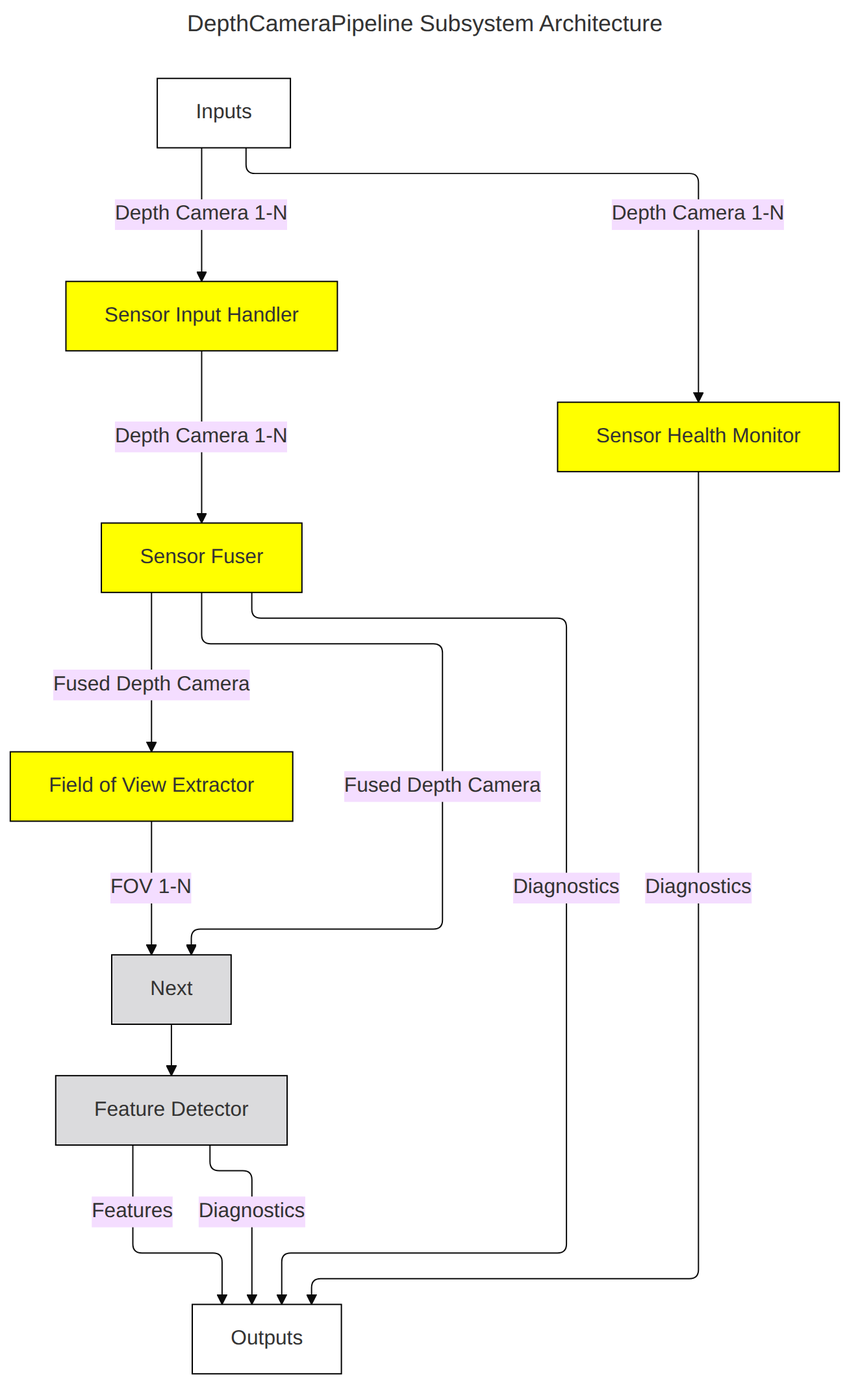
Before: Systems/Perception/Subsystems/DepthCameraPipeline/doc/mermaid/DepthCameraPipelineSubsystemArchitecture.png, a diagram exported from Mermaid (fastrobotics/robot_framework). Its source is kept beside it as Systems/Perception/Subsystems/DepthCameraPipeline/doc/mermaid/DepthCameraPipelineSubsystemArchitecture.mmd.
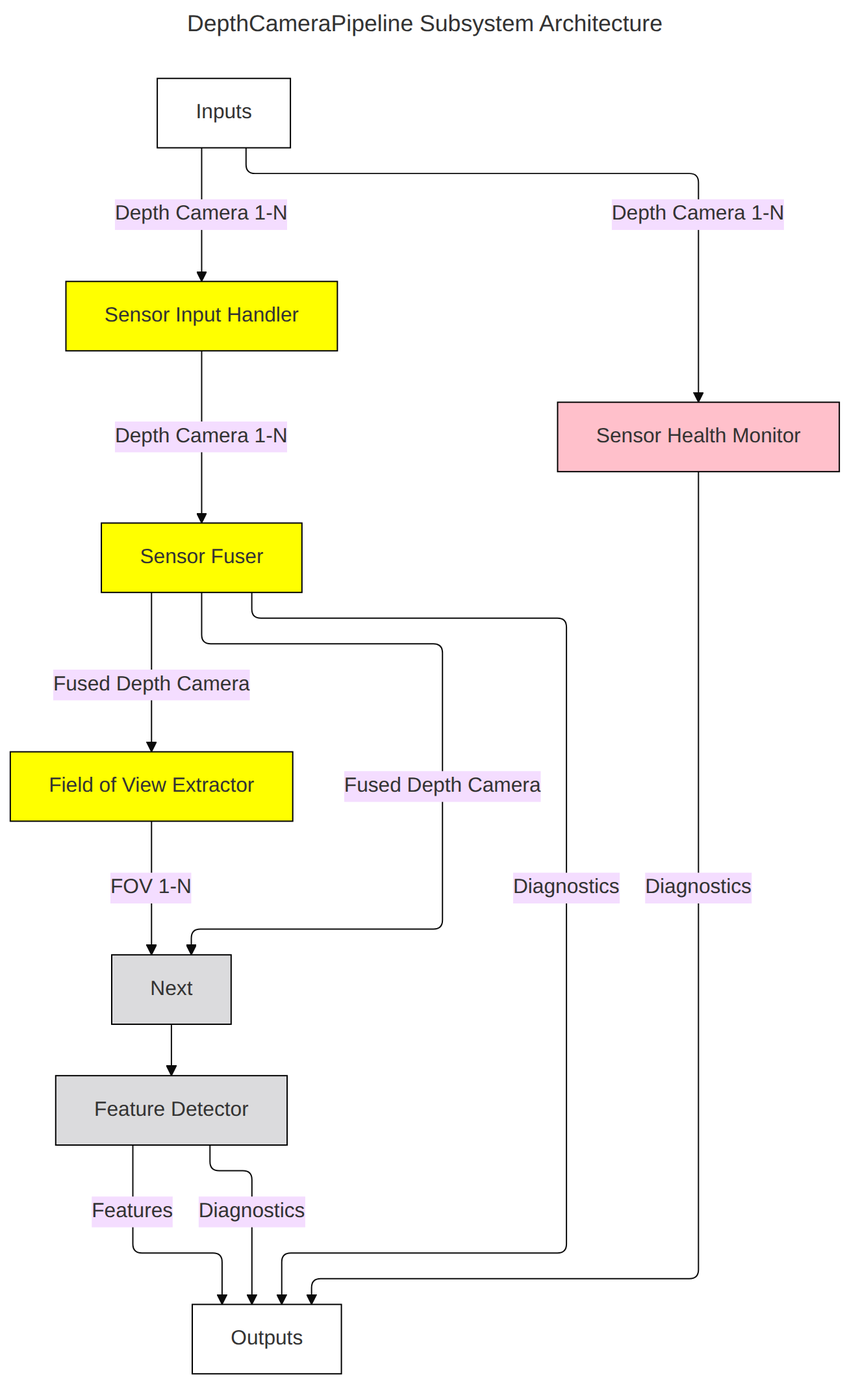
The same diagram one commit later.

The edit, as a diff of the source:
```diff
@@ -55,4 +55,5 @@
     FeatureDetector --> | Diagnostics | Outputs
 
     class Inputs,Outputs cssBoundary
-    class SensorInputHandler,SensorHealthMonitor,SensorFuser,FOVExtractor cssInvestigating
+    class SensorInputHandler,SensorFuser,FOVExtractor cssInvestigating
+    class SensorHealthMonitor cssTrivialComplete
```
